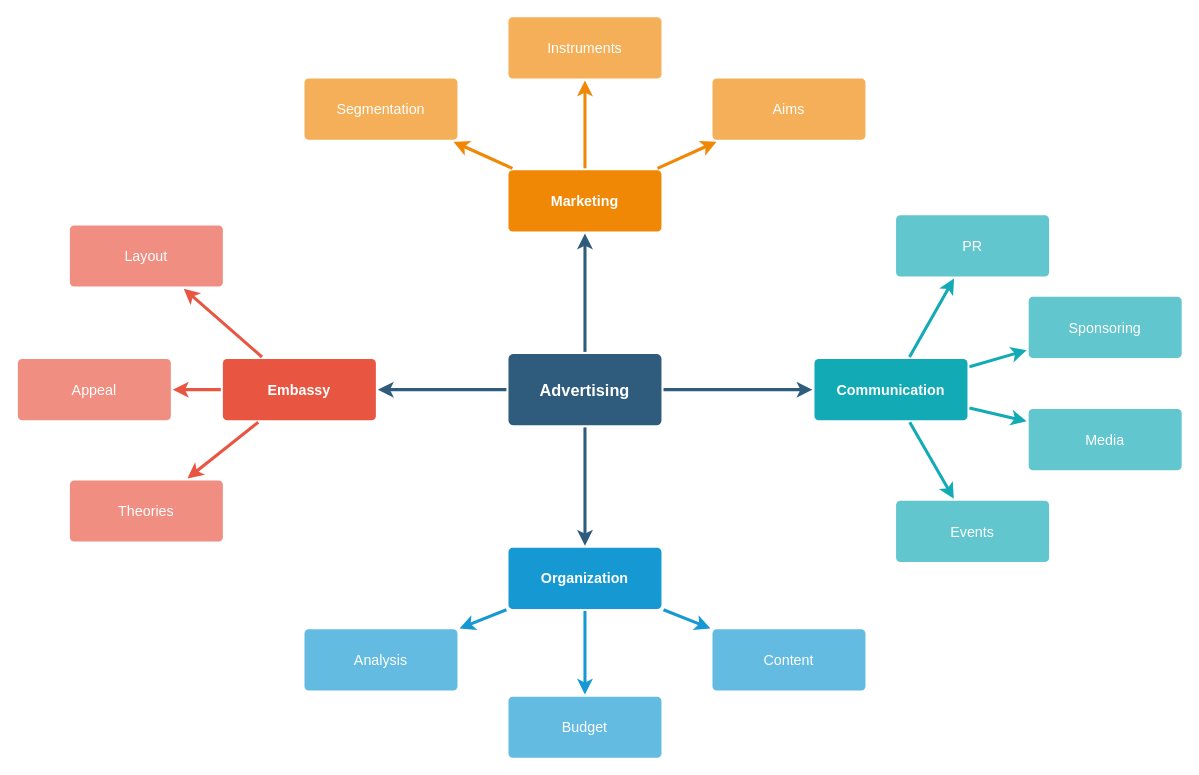
This is draws/Diagrama sin título.drawio from davidmadrid795/GAVG, a draw.io file, before an edit. Source tidied: cells renumbered, new cells numbered last; positions are measured from the earlier drawing's top-left corner, leaving out a move shared by most shapes. Both pictures are drawn from the tidied source at 102%, with x=0, y=0 at pixel (17, 16).
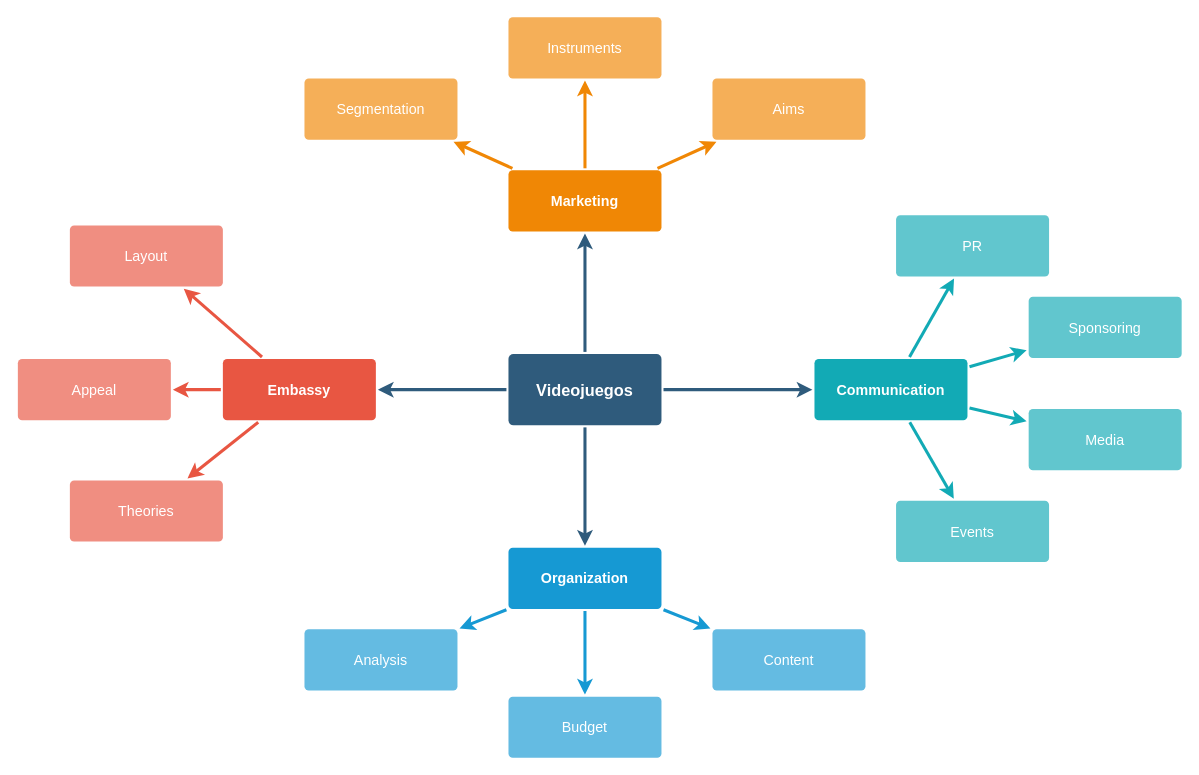
Above is the later version.

What changed in the source:
```diff
@@
-    <mxCell id="6" value="Advertising" style="rounded=1;whiteSpace=wrap;html=1;shadow=0;labelBackgroundColor=none;strokeColor=none;strokeWidth=3;fillColor=#2F5B7C;fontFamily=Helvetica;fontSize=16;fontColor=#FFFFFF;align=center;fontStyle=1;spacing=5;arcSize=7;perimeterSpacing=2;" parent="1" vertex="1">
+    <mxCell id="6" value="Videojuegos" style="rounded=1;whiteSpace=wrap;html=1;shadow=0;labelBackgroundColor=none;strokeColor=none;strokeWidth=3;fillColor=#2F5B7C;fontFamily=Helvetica;fontSize=16;fontColor=#FFFFFF;align=center;fontStyle=1;spacing=5;arcSize=7;perimeterSpacing=2;" parent="1" vertex="1">
       <mxGeometry x="481" y="330.5" width="150" height="70" as="geometry" />
     </mxCell>
```
